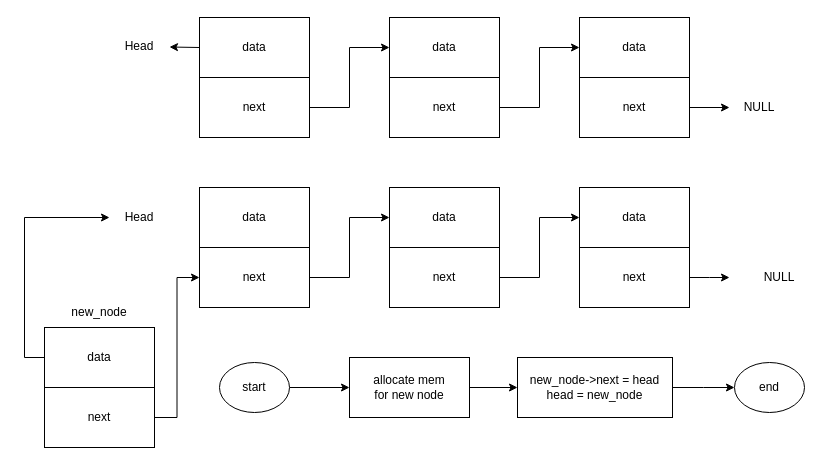
The draw.io diagram add new node to beginning of a linked list.drawio in tenyapious/whiteboarding-flowchart, before the edit. Source tidied: cells renumbered, new cells numbered last; positions are measured from the earlier drawing's top-left corner, leaving out a move shared by most shapes. Both pictures are drawn from the tidied source at 100%, with x=0, y=0 at pixel (44, 17).
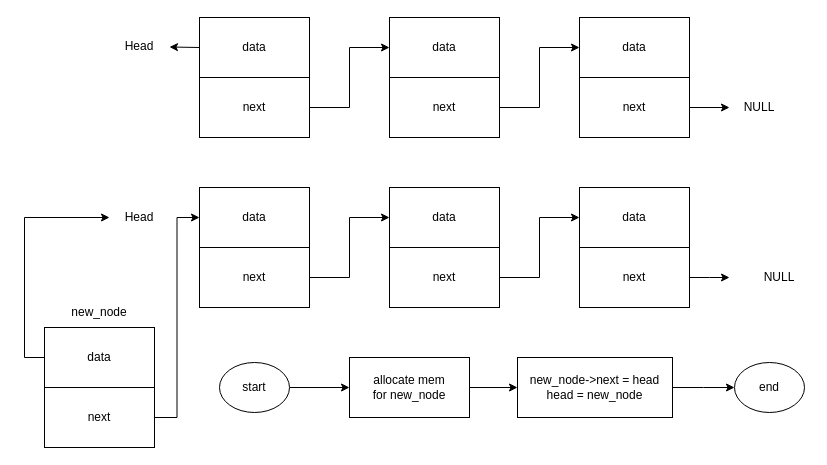
Above is the later version.

Commit message:
point arrow from new_node to "data" of head nodelist.drawio

Unchanged cells that the change refers to:
```xml
<mxCell id="3" value="next" style="rounded=0;whiteSpace=wrap;html=1;" parent="1" vertex="1">
  <mxGeometry x="155" y="230" width="110" height="60" as="geometry" />
</mxCell>
<mxCell id="4" value="data" style="rounded=0;whiteSpace=wrap;html=1;" parent="1" vertex="1">
  <mxGeometry x="155" y="170" width="110" height="60" as="geometry" />
</mxCell>
<mxCell id="20" value="next" style="rounded=0;whiteSpace=wrap;html=1;" parent="1" vertex="1">
  <mxGeometry y="370" width="110" height="60" as="geometry" />
</mxCell>
```

Diff of the diagram source:
```diff
@@
-    <mxCell id="16" value="allocate mem&lt;br&gt;for new node" style="rounded=0;whiteSpace=wrap;html=1;" parent="1" vertex="1">
+    <mxCell id="16" value="allocate mem&lt;br&gt;for new_node" style="rounded=0;whiteSpace=wrap;html=1;" parent="1" vertex="1">
       <mxGeometry x="305" y="340" width="120" height="60" as="geometry" />
     </mxCell>
@@
-    <mxCell id="19" style="edgeStyle=orthogonalEdgeStyle;rounded=0;jettySize=auto;html=1;exitX=1;exitY=0.5;exitDx=0;exitDy=0;entryX=0;entryY=0.5;entryDx=0;entryDy=0;" parent="1" edge="1" source="20" target="3">
-      <mxGeometry relative="1" as="geometry" />
-    </mxCell>
+    <mxCell id="37" style="edgeStyle=orthogonalEdgeStyle;rounded=0;jettySize=auto;html=1;exitX=1;exitY=0.5;exitDx=0;exitDy=0;entryX=0;entryY=0.5;entryDx=0;entryDy=0;" parent="1" edge="1" source="20" target="4">
+      <mxGeometry relative="1" as="geometry" />
+    </mxCell>
```
